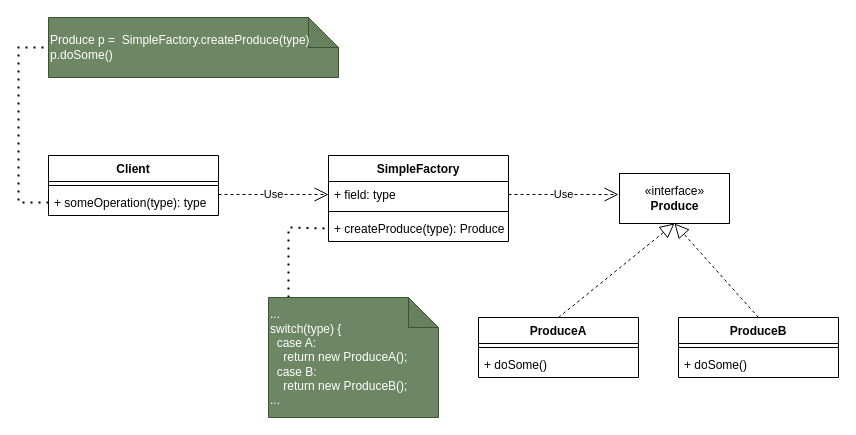
Before: 简单工厂模式类图.drawio in HsoulLink/designpattern_pic, a draw.io diagram. Source tidied: cells renumbered, new cells numbered last; positions are measured from the earlier drawing's top-left corner, leaving out a move shared by most shapes. Both pictures are drawn from the tidied source at 100%, with x=0, y=0 at pixel (18, 17).
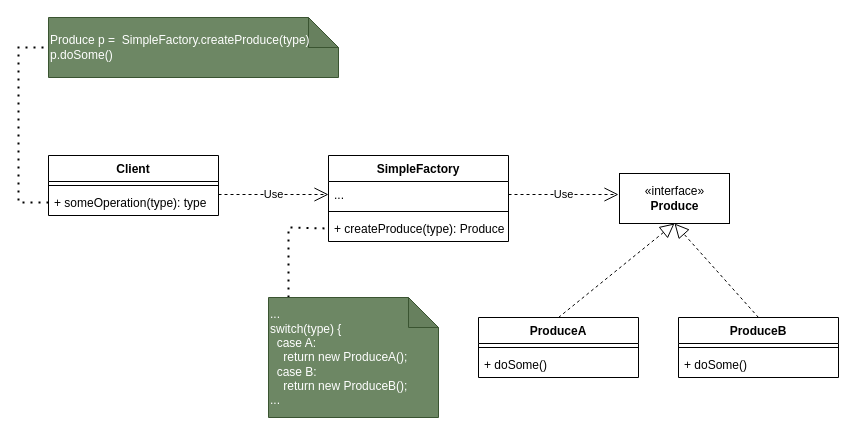
The same page after the edit.

Commit message:
更新简单工厂模式类图.drawio

Unchanged cells that the change refers to:
```xml
<mxCell id="5" value="SimpleFactory" style="swimlane;fontStyle=1;align=center;verticalAlign=top;horizontal=1;startSize=26;" parent="1" vertex="1">
  <mxGeometry x="310" y="138" width="180" height="86" as="geometry" />
</mxCell>
```

Change to the diagram source:
```diff
@@
-    <mxCell id="6" value="+ field: type" style="text;strokeColor=none;fillColor=none;align=left;verticalAlign=top;spacingLeft=4;spacingRight=4;overflow=hidden;points=[[0,0.5],[1,0.5]];portConstraint=eastwest;" parent="5" vertex="1">
+    <mxCell id="6" value="..." style="text;strokeColor=none;fillColor=none;align=left;verticalAlign=top;spacingLeft=4;spacingRight=4;overflow=hidden;points=[[0,0.5],[1,0.5]];portConstraint=eastwest;" parent="5" vertex="1">
       <mxGeometry y="26" width="180" height="26" as="geometry" />
     </mxCell>
```
